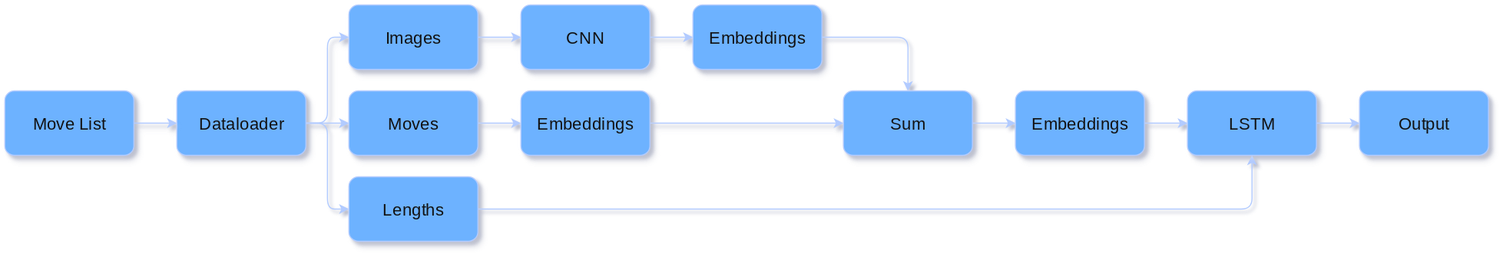
Earlier version of the draw.io export Frontend/static/architecture.svg (honey-buggy/chess-elo-guesser). Source tidied: cells renumbered, new cells last; positions are measured from the earlier drawing's top-left corner, leaving out a move shared by most shapes.
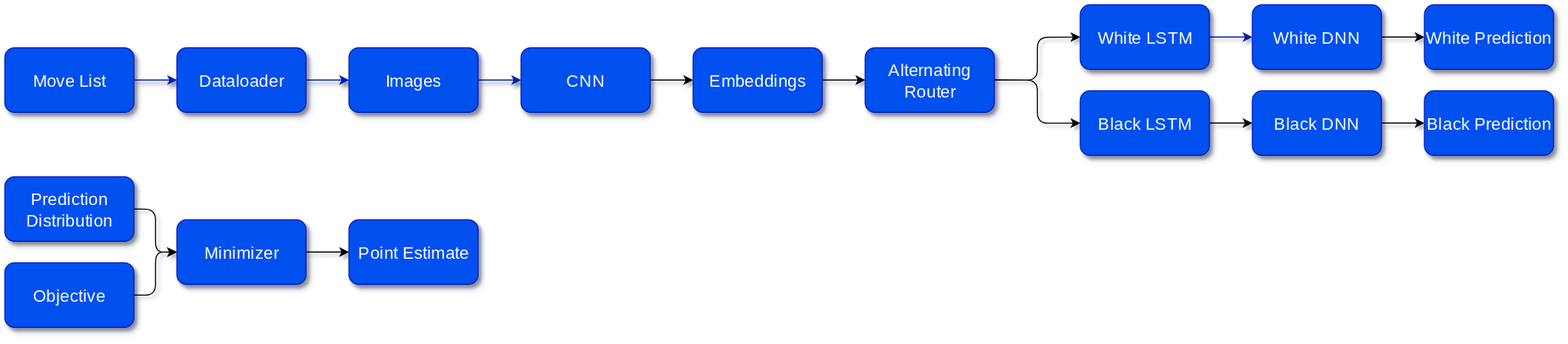
The same file after the commit.

Diff of the diagram source:
```diff
@@ -5,77 +5,92 @@
     <mxCell id="2" style="edgeStyle=orthogonalEdgeStyle;rounded=1;jettySize=auto;html=1;exitX=1;exitY=0.5;exitDx=0;exitDy=0;entryX=0;entryY=0.5;entryDx=0;entryDy=0;shadow=1;fontFamily=a;fontSource=https%3A%2F%2Fcdnjs.cloudflare.com%2Fajax%2Flibs%2Ffont-awesome%2F6.4.0%2Fcss%2Fall.min.css;labelBackgroundColor=none;fontColor=default;fillColor=#0050ef;strokeColor=#001DBC;strokeWidth=1;fontSize=16;" parent="1" edge="1" source="5" target="7">
       <mxGeometry relative="1" as="geometry" />
     </mxCell>
-    <mxCell id="3" style="edgeStyle=orthogonalEdgeStyle;rounded=0;jettySize=auto;html=1;exitX=1;exitY=0.5;exitDx=0;exitDy=0;entryX=0;entryY=0.5;entryDx=0;entryDy=0;fontColor=#1A1A1A;fillColor=#0050ef;strokeColor=#001DBC;strokeWidth=1;fontSize=16;fontFamily=a;fontSource=https%3A%2F%2Fcdnjs.cloudflare.com%2Fajax%2Flibs%2Ffont-awesome%2F6.4.0%2Fcss%2Fall.min.css;" parent="1" edge="1" source="5" target="11">
-      <mxGeometry relative="1" as="geometry" />
-    </mxCell>
-    <mxCell id="4" style="edgeStyle=orthogonalEdgeStyle;rounded=1;jettySize=auto;html=1;exitX=1;exitY=0.5;exitDx=0;exitDy=0;entryX=0;entryY=0.5;entryDx=0;entryDy=0;fontColor=#1A1A1A;curved=0;fillColor=#0050ef;strokeColor=#001DBC;strokeWidth=1;fontSize=16;fontFamily=a;fontSource=https%3A%2F%2Fcdnjs.cloudflare.com%2Fajax%2Flibs%2Ffont-awesome%2F6.4.0%2Fcss%2Fall.min.css;" parent="1" edge="1" source="5" target="13">
-      <mxGeometry relative="1" as="geometry" />
-    </mxCell>
     <mxCell id="5" value="Dataloader" style="rounded=1;whiteSpace=wrap;html=1;shadow=1;fontFamily=a;fontSource=https%3A%2F%2Fcdnjs.cloudflare.com%2Fajax%2Flibs%2Ffont-awesome%2F6.4.0%2Fcss%2Fall.min.css;labelBackgroundColor=none;fillColor=#0050ef;strokeColor=#001DBC;strokeWidth=1;fontSize=16;fontColor=#ffffff;" parent="1" vertex="1">
-      <mxGeometry x="160" y="80" width="120" height="60" as="geometry" />
+      <mxGeometry y="80" width="120" height="60" as="geometry" />
     </mxCell>
     <mxCell id="6" style="edgeStyle=orthogonalEdgeStyle;rounded=1;jettySize=auto;html=1;exitX=1;exitY=0.5;exitDx=0;exitDy=0;entryX=0;entryY=0.5;entryDx=0;entryDy=0;shadow=1;fontFamily=a;fontSource=https%3A%2F%2Fcdnjs.cloudflare.com%2Fajax%2Flibs%2Ffont-awesome%2F6.4.0%2Fcss%2Fall.min.css;labelBackgroundColor=none;fontColor=default;fillColor=#0050ef;strokeColor=#001DBC;strokeWidth=1;fontSize=16;" parent="1" edge="1" source="7" target="21">
       <mxGeometry relative="1" as="geometry" />
     </mxCell>
     <mxCell id="7" value="Images" style="rounded=1;whiteSpace=wrap;html=1;shadow=1;fontFamily=a;fontSource=https%3A%2F%2Fcdnjs.cloudflare.com%2Fajax%2Flibs%2Ffont-awesome%2F6.4.0%2Fcss%2Fall.min.css;labelBackgroundColor=none;fillColor=#0050ef;strokeColor=#001DBC;strokeWidth=1;fontSize=16;fontColor=#ffffff;" parent="1" vertex="1">
-      <mxGeometry x="320" width="120" height="60" as="geometry" />
+      <mxGeometry x="160" y="80" width="120" height="60" as="geometry" />
     </mxCell>
     <mxCell id="8" value="Move List" style="rounded=1;whiteSpace=wrap;html=1;shadow=1;fontFamily=a;fontSource=https%3A%2F%2Fcdnjs.cloudflare.com%2Fajax%2Flibs%2Ffont-awesome%2F6.4.0%2Fcss%2Fall.min.css;labelBackgroundColor=none;fillColor=#0050ef;strokeColor=#001DBC;strokeWidth=1;fontSize=16;fontColor=#ffffff;" parent="1" vertex="1">
-      <mxGeometry y="80" width="120" height="60" as="geometry" />
+      <mxGeometry x="-160" y="80" width="120" height="60" as="geometry" />
     </mxCell>
     <mxCell id="9" style="endArrow=classic;html=1;rounded=1;exitX=1;exitY=0.5;exitDx=0;exitDy=0;entryX=0;entryY=0.5;entryDx=0;entryDy=0;shadow=1;fontFamily=a;fontSource=https%3A%2F%2Fcdnjs.cloudflare.com%2Fajax%2Flibs%2Ffont-awesome%2F6.4.0%2Fcss%2Fall.min.css;labelBackgroundColor=none;fontColor=default;fillColor=#0050ef;strokeColor=#001DBC;strokeWidth=1;fontSize=16;" parent="1" edge="1" source="8" target="5">
       <mxGeometry relative="1" as="geometry" />
     </mxCell>
-    <mxCell id="10" style="edgeStyle=orthogonalEdgeStyle;rounded=1;jettySize=auto;html=1;exitX=1;exitY=0.5;exitDx=0;exitDy=0;entryX=0;entryY=0.5;entryDx=0;entryDy=0;labelBackgroundColor=none;fontColor=default;fillColor=#0050ef;strokeColor=#001DBC;strokeWidth=1;fontSize=16;fontFamily=a;fontSource=https%3A%2F%2Fcdnjs.cloudflare.com%2Fajax%2Flibs%2Ffont-awesome%2F6.4.0%2Fcss%2Fall.min.css;" parent="1" edge="1" source="11" target="15">
-      <mxGeometry relative="1" as="geometry" />
-    </mxCell>
-    <mxCell id="11" value="Moves" style="rounded=1;whiteSpace=wrap;html=1;shadow=1;fontFamily=a;fontSource=https%3A%2F%2Fcdnjs.cloudflare.com%2Fajax%2Flibs%2Ffont-awesome%2F6.4.0%2Fcss%2Fall.min.css;labelBackgroundColor=none;fillColor=#0050ef;strokeColor=#001DBC;strokeWidth=1;fontSize=16;fontColor=#ffffff;" parent="1" vertex="1">
-      <mxGeometry x="320" y="80" width="120" height="60" as="geometry" />
-    </mxCell>
-    <mxCell id="12" style="edgeStyle=orthogonalEdgeStyle;rounded=1;jettySize=auto;html=1;exitX=1;exitY=0.5;exitDx=0;exitDy=0;entryX=0.5;entryY=1;entryDx=0;entryDy=0;labelBackgroundColor=none;fontColor=default;fillColor=#0050ef;strokeColor=#001DBC;strokeWidth=1;fontSize=16;fontFamily=a;fontSource=https%3A%2F%2Fcdnjs.cloudflare.com%2Fajax%2Flibs%2Ffont-awesome%2F6.4.0%2Fcss%2Fall.min.css;" parent="1" edge="1" source="13" target="19">
-      <mxGeometry relative="1" as="geometry" />
-    </mxCell>
-    <mxCell id="13" value="Lengths" style="rounded=1;whiteSpace=wrap;html=1;shadow=1;fontFamily=a;fontSource=https%3A%2F%2Fcdnjs.cloudflare.com%2Fajax%2Flibs%2Ffont-awesome%2F6.4.0%2Fcss%2Fall.min.css;labelBackgroundColor=none;fillColor=#0050ef;strokeColor=#001DBC;strokeWidth=1;fontSize=16;fontColor=#ffffff;" parent="1" vertex="1">
-      <mxGeometry x="320" y="160" width="120" height="60" as="geometry" />
-    </mxCell>
-    <mxCell id="14" style="edgeStyle=orthogonalEdgeStyle;rounded=1;jettySize=auto;html=1;exitX=1;exitY=0.5;exitDx=0;exitDy=0;entryX=0;entryY=0.5;entryDx=0;entryDy=0;shadow=1;fontFamily=a;fontSource=https%3A%2F%2Fcdnjs.cloudflare.com%2Fajax%2Flibs%2Ffont-awesome%2F6.4.0%2Fcss%2Fall.min.css;labelBackgroundColor=none;fontColor=default;fillColor=#0050ef;strokeColor=#001DBC;strokeWidth=1;fontSize=16;" parent="1" edge="1" source="15" target="17">
-      <mxGeometry relative="1" as="geometry" />
-    </mxCell>
-    <mxCell id="15" value="Embeddings" style="rounded=1;whiteSpace=wrap;html=1;shadow=1;fontFamily=a;fontSource=https%3A%2F%2Fcdnjs.cloudflare.com%2Fajax%2Flibs%2Ffont-awesome%2F6.4.0%2Fcss%2Fall.min.css;labelBackgroundColor=none;fillColor=#0050ef;strokeColor=#001DBC;strokeWidth=1;fontSize=16;fontColor=#ffffff;" parent="1" vertex="1">
-      <mxGeometry x="480" y="80" width="120" height="60" as="geometry" />
-    </mxCell>
-    <mxCell id="16" style="edgeStyle=orthogonalEdgeStyle;rounded=1;jettySize=auto;html=1;exitX=1;exitY=0.5;exitDx=0;exitDy=0;entryX=0;entryY=0.5;entryDx=0;entryDy=0;labelBackgroundColor=none;fontColor=default;fillColor=#0050ef;strokeColor=#001DBC;strokeWidth=1;fontSize=16;fontFamily=a;fontSource=https%3A%2F%2Fcdnjs.cloudflare.com%2Fajax%2Flibs%2Ffont-awesome%2F6.4.0%2Fcss%2Fall.min.css;" parent="1" edge="1" source="17" target="25">
-      <mxGeometry relative="1" as="geometry" />
-    </mxCell>
-    <mxCell id="17" value="Sum" style="rounded=1;whiteSpace=wrap;html=1;shadow=1;fontFamily=a;fontSource=https%3A%2F%2Fcdnjs.cloudflare.com%2Fajax%2Flibs%2Ffont-awesome%2F6.4.0%2Fcss%2Fall.min.css;labelBackgroundColor=none;fillColor=#0050ef;strokeColor=#001DBC;strokeWidth=1;fontSize=16;fontColor=#ffffff;" parent="1" vertex="1">
-      <mxGeometry x="780" y="80" width="120" height="60" as="geometry" />
-    </mxCell>
-    <mxCell id="18" style="edgeStyle=orthogonalEdgeStyle;rounded=1;jettySize=auto;html=1;exitX=1;exitY=0.5;exitDx=0;exitDy=0;labelBackgroundColor=none;fontColor=default;fillColor=#0050ef;strokeColor=#001DBC;strokeWidth=1;fontSize=16;fontFamily=a;fontSource=https%3A%2F%2Fcdnjs.cloudflare.com%2Fajax%2Flibs%2Ffont-awesome%2F6.4.0%2Fcss%2Fall.min.css;" parent="1" edge="1" source="19" target="26">
+    <mxCell id="18" style="edgeStyle=orthogonalEdgeStyle;rounded=1;jettySize=auto;html=1;exitX=1;exitY=0.5;exitDx=0;exitDy=0;labelBackgroundColor=none;fontColor=default;fillColor=#0050ef;strokeColor=#001DBC;strokeWidth=1;fontSize=16;fontFamily=a;fontSource=https%3A%2F%2Fcdnjs.cloudflare.com%2Fajax%2Flibs%2Ffont-awesome%2F6.4.0%2Fcss%2Fall.min.css;entryX=0;entryY=0.5;entryDx=0;entryDy=0;" parent="1" edge="1" source="19" target="33">
       <mxGeometry relative="1" as="geometry" />
     </mxCell>
-    <mxCell id="19" value="LSTM" style="rounded=1;whiteSpace=wrap;html=1;shadow=1;fontFamily=a;fontSource=https%3A%2F%2Fcdnjs.cloudflare.com%2Fajax%2Flibs%2Ffont-awesome%2F6.4.0%2Fcss%2Fall.min.css;labelBackgroundColor=none;fillColor=#0050ef;strokeColor=#001DBC;strokeWidth=1;fontSize=16;fontColor=#ffffff;" parent="1" vertex="1">
-      <mxGeometry x="1100" y="80" width="120" height="60" as="geometry" />
+    <mxCell id="19" value="White LSTM" style="rounded=1;whiteSpace=wrap;html=1;shadow=1;fontFamily=a;fontSource=https%3A%2F%2Fcdnjs.cloudflare.com%2Fajax%2Flibs%2Ffont-awesome%2F6.4.0%2Fcss%2Fall.min.css;labelBackgroundColor=none;fillColor=#0050ef;strokeColor=#001DBC;strokeWidth=1;fontSize=16;fontColor=#ffffff;" parent="1" vertex="1">
+      <mxGeometry x="840" y="40" width="120" height="60" as="geometry" />
     </mxCell>
-    <mxCell id="20" style="edgeStyle=orthogonalEdgeStyle;rounded=1;jettySize=auto;html=1;exitX=1;exitY=0.5;exitDx=0;exitDy=0;entryX=0;entryY=0.5;entryDx=0;entryDy=0;shadow=1;fontFamily=a;fontSource=https%3A%2F%2Fcdnjs.cloudflare.com%2Fajax%2Flibs%2Ffont-awesome%2F6.4.0%2Fcss%2Fall.min.css;labelBackgroundColor=none;fontColor=default;fillColor=#0050ef;strokeColor=#001DBC;strokeWidth=1;fontSize=16;" parent="1" edge="1" source="21" target="23">
-      <mxGeometry relative="1" as="geometry" />
-    </mxCell>
+    <mxCell id="27" style="edgeStyle=orthogonalEdgeStyle;rounded=0;jettySize=auto;html=1;exitX=1;exitY=0.5;exitDx=0;exitDy=0;entryX=0;entryY=0.5;entryDx=0;entryDy=0;" parent="1" edge="1" source="21" target="15">
+      <mxGeometry relative="1" as="geometry" />
+    </mxCell>
     <mxCell id="21" value="CNN" style="rounded=1;whiteSpace=wrap;html=1;shadow=1;fontFamily=a;fontSource=https%3A%2F%2Fcdnjs.cloudflare.com%2Fajax%2Flibs%2Ffont-awesome%2F6.4.0%2Fcss%2Fall.min.css;labelBackgroundColor=none;fillColor=#0050ef;strokeColor=#001DBC;strokeWidth=1;fontSize=16;fontColor=#ffffff;" parent="1" vertex="1">
-      <mxGeometry x="480" width="120" height="60" as="geometry" />
+      <mxGeometry x="320" y="80" width="120" height="60" as="geometry" />
     </mxCell>
-    <mxCell id="22" style="edgeStyle=orthogonalEdgeStyle;rounded=1;jettySize=auto;html=1;exitX=1;exitY=0.5;exitDx=0;exitDy=0;entryX=0.5;entryY=0;entryDx=0;entryDy=0;strokeColor=#001DBC;fontColor=#1A1A1A;curved=0;fillColor=#0050ef;" parent="1" edge="1" source="23" target="17">
-      <mxGeometry relative="1" as="geometry" />
-    </mxCell>
+    <mxCell id="28" style="edgeStyle=orthogonalEdgeStyle;rounded=1;jettySize=auto;html=1;exitX=1;exitY=0.5;exitDx=0;exitDy=0;entryX=0;entryY=0.5;entryDx=0;entryDy=0;curved=0;" parent="1" edge="1" source="23" target="31">
+      <mxGeometry relative="1" as="geometry" />
+    </mxCell>
+    <mxCell id="29" style="edgeStyle=orthogonalEdgeStyle;rounded=1;jettySize=auto;html=1;exitX=1;exitY=0.5;exitDx=0;exitDy=0;entryX=0;entryY=0.5;entryDx=0;entryDy=0;curved=0;" parent="1" edge="1" source="23" target="19">
+      <mxGeometry relative="1" as="geometry" />
+    </mxCell>
-    <mxCell id="23" value="Embeddings" style="rounded=1;whiteSpace=wrap;html=1;shadow=1;fontFamily=a;fontSource=https%3A%2F%2Fcdnjs.cloudflare.com%2Fajax%2Flibs%2Ffont-awesome%2F6.4.0%2Fcss%2Fall.min.css;labelBackgroundColor=none;fillColor=#0050ef;strokeColor=#001DBC;strokeWidth=1;fontSize=16;fontColor=#ffffff;" parent="1" vertex="1">
-      <mxGeometry x="640" width="120" height="60" as="geometry" />
+    <mxCell id="23" value="Alternating Router" style="rounded=1;whiteSpace=wrap;html=1;shadow=1;fontFamily=a;fontSource=https%3A%2F%2Fcdnjs.cloudflare.com%2Fajax%2Flibs%2Ffont-awesome%2F6.4.0%2Fcss%2Fall.min.css;labelBackgroundColor=none;fillColor=#0050ef;strokeColor=#001DBC;strokeWidth=1;fontSize=16;fontColor=#ffffff;" parent="1" vertex="1">
+      <mxGeometry x="640" y="80" width="120" height="60" as="geometry" />
     </mxCell>
-    <mxCell id="24" style="edgeStyle=orthogonalEdgeStyle;rounded=1;jettySize=auto;html=1;exitX=1;exitY=0.5;exitDx=0;exitDy=0;entryX=0;entryY=0.5;entryDx=0;entryDy=0;labelBackgroundColor=none;fontColor=default;fillColor=#0050ef;strokeColor=#001DBC;strokeWidth=1;fontSize=16;fontFamily=a;fontSource=https%3A%2F%2Fcdnjs.cloudflare.com%2Fajax%2Flibs%2Ffont-awesome%2F6.4.0%2Fcss%2Fall.min.css;" parent="1" edge="1" source="25" target="19">
-      <mxGeometry relative="1" as="geometry" />
-    </mxCell>
-    <mxCell id="25" value="Embeddings" style="rounded=1;whiteSpace=wrap;html=1;shadow=1;fontFamily=a;fontSource=https%3A%2F%2Fcdnjs.cloudflare.com%2Fajax%2Flibs%2Ffont-awesome%2F6.4.0%2Fcss%2Fall.min.css;labelBackgroundColor=none;fillColor=#0050ef;strokeColor=#001DBC;strokeWidth=1;fontSize=16;fontColor=#ffffff;" parent="1" vertex="1">
-      <mxGeometry x="940" y="80" width="120" height="60" as="geometry" />
-    </mxCell>
-    <mxCell id="26" value="Output" style="rounded=1;whiteSpace=wrap;html=1;shadow=1;fontFamily=a;fontSource=https%3A%2F%2Fcdnjs.cloudflare.com%2Fajax%2Flibs%2Ffont-awesome%2F6.4.0%2Fcss%2Fall.min.css;labelBackgroundColor=none;fillColor=#0050ef;strokeColor=#001DBC;strokeWidth=1;fontSize=16;fontColor=#ffffff;" parent="1" vertex="1">
-      <mxGeometry x="1260" y="80" width="120" height="60" as="geometry" />
-    </mxCell>
+    <mxCell id="30" style="edgeStyle=orthogonalEdgeStyle;rounded=0;jettySize=auto;html=1;exitX=1;exitY=0.5;exitDx=0;exitDy=0;entryX=0;entryY=0.5;entryDx=0;entryDy=0;" parent="1" edge="1" source="31" target="35">
+      <mxGeometry relative="1" as="geometry" />
+    </mxCell>
+    <mxCell id="31" value="Black LSTM" style="rounded=1;whiteSpace=wrap;html=1;shadow=1;fontFamily=a;fontSource=https%3A%2F%2Fcdnjs.cloudflare.com%2Fajax%2Flibs%2Ffont-awesome%2F6.4.0%2Fcss%2Fall.min.css;labelBackgroundColor=none;fillColor=#0050ef;strokeColor=#001DBC;strokeWidth=1;fontSize=16;fontColor=#ffffff;" parent="1" vertex="1">
+      <mxGeometry x="840" y="120" width="120" height="60" as="geometry" />
+    </mxCell>
+    <mxCell id="32" style="edgeStyle=orthogonalEdgeStyle;rounded=0;jettySize=auto;html=1;exitX=1;exitY=0.5;exitDx=0;exitDy=0;entryX=0;entryY=0.5;entryDx=0;entryDy=0;" parent="1" edge="1" source="33" target="36">
+      <mxGeometry relative="1" as="geometry" />
+    </mxCell>
+    <mxCell id="33" value="White DNN" style="rounded=1;whiteSpace=wrap;html=1;shadow=1;fontFamily=a;fontSource=https%3A%2F%2Fcdnjs.cloudflare.com%2Fajax%2Flibs%2Ffont-awesome%2F6.4.0%2Fcss%2Fall.min.css;labelBackgroundColor=none;fillColor=#0050ef;strokeColor=#001DBC;strokeWidth=1;fontSize=16;fontColor=#ffffff;" parent="1" vertex="1">
+      <mxGeometry x="1000" y="40" width="120" height="60" as="geometry" />
+    </mxCell>
+    <mxCell id="34" style="edgeStyle=orthogonalEdgeStyle;rounded=0;jettySize=auto;html=1;exitX=1;exitY=0.5;exitDx=0;exitDy=0;entryX=0;entryY=0.5;entryDx=0;entryDy=0;" parent="1" edge="1" source="35" target="37">
+      <mxGeometry relative="1" as="geometry" />
+    </mxCell>
+    <mxCell id="35" value="Black DNN" style="rounded=1;whiteSpace=wrap;html=1;shadow=1;fontFamily=a;fontSource=https%3A%2F%2Fcdnjs.cloudflare.com%2Fajax%2Flibs%2Ffont-awesome%2F6.4.0%2Fcss%2Fall.min.css;labelBackgroundColor=none;fillColor=#0050ef;strokeColor=#001DBC;strokeWidth=1;fontSize=16;fontColor=#ffffff;" parent="1" vertex="1">
+      <mxGeometry x="1000" y="120" width="120" height="60" as="geometry" />
+    </mxCell>
+    <mxCell id="36" value="White Prediction" style="rounded=1;whiteSpace=wrap;html=1;shadow=1;fontFamily=a;fontSource=https%3A%2F%2Fcdnjs.cloudflare.com%2Fajax%2Flibs%2Ffont-awesome%2F6.4.0%2Fcss%2Fall.min.css;labelBackgroundColor=none;fillColor=#0050ef;strokeColor=#001DBC;strokeWidth=1;fontSize=16;fontColor=#ffffff;" parent="1" vertex="1">
+      <mxGeometry x="1160" y="40" width="120" height="60" as="geometry" />
+    </mxCell>
+    <mxCell id="37" value="Black Prediction" style="rounded=1;whiteSpace=wrap;html=1;shadow=1;fontFamily=a;fontSource=https%3A%2F%2Fcdnjs.cloudflare.com%2Fajax%2Flibs%2Ffont-awesome%2F6.4.0%2Fcss%2Fall.min.css;labelBackgroundColor=none;fillColor=#0050ef;strokeColor=#001DBC;strokeWidth=1;fontSize=16;fontColor=#ffffff;" parent="1" vertex="1">
+      <mxGeometry x="1160" y="120" width="120" height="60" as="geometry" />
+    </mxCell>
+    <mxCell id="38" style="edgeStyle=orthogonalEdgeStyle;rounded=0;jettySize=auto;html=1;exitX=1;exitY=0.5;exitDx=0;exitDy=0;entryX=0;entryY=0.5;entryDx=0;entryDy=0;" parent="1" edge="1" source="15" target="23">
+      <mxGeometry relative="1" as="geometry" />
+    </mxCell>
+    <mxCell id="15" value="Embeddings" style="rounded=1;whiteSpace=wrap;html=1;shadow=1;fontFamily=a;fontSource=https%3A%2F%2Fcdnjs.cloudflare.com%2Fajax%2Flibs%2Ffont-awesome%2F6.4.0%2Fcss%2Fall.min.css;labelBackgroundColor=none;fillColor=#0050ef;strokeColor=#001DBC;strokeWidth=1;fontSize=16;fontColor=#ffffff;" parent="1" vertex="1">
+      <mxGeometry x="480" y="80" width="120" height="60" as="geometry" />
+    </mxCell>
+    <mxCell id="39" style="edgeStyle=orthogonalEdgeStyle;rounded=1;jettySize=auto;html=1;exitX=1;exitY=0.5;exitDx=0;exitDy=0;entryX=0;entryY=0.5;entryDx=0;entryDy=0;curved=0;" parent="1" edge="1" source="40" target="44">
+      <mxGeometry relative="1" as="geometry" />
+    </mxCell>
+    <mxCell id="40" value="Prediction Distribution" style="rounded=1;whiteSpace=wrap;html=1;shadow=1;fontFamily=a;fontSource=https%3A%2F%2Fcdnjs.cloudflare.com%2Fajax%2Flibs%2Ffont-awesome%2F6.4.0%2Fcss%2Fall.min.css;labelBackgroundColor=none;fillColor=#0050ef;strokeColor=#001DBC;strokeWidth=1;fontSize=16;fontColor=#ffffff;" parent="1" vertex="1">
+      <mxGeometry x="-160" y="200" width="120" height="60" as="geometry" />
+    </mxCell>
+    <mxCell id="41" style="edgeStyle=orthogonalEdgeStyle;rounded=1;jettySize=auto;html=1;exitX=1;exitY=0.5;exitDx=0;exitDy=0;entryX=0;entryY=0.5;entryDx=0;entryDy=0;curved=0;" parent="1" edge="1" source="42" target="44">
+      <mxGeometry relative="1" as="geometry" />
+    </mxCell>
+    <mxCell id="42" value="Objective" style="rounded=1;whiteSpace=wrap;html=1;shadow=1;fontFamily=a;fontSource=https%3A%2F%2Fcdnjs.cloudflare.com%2Fajax%2Flibs%2Ffont-awesome%2F6.4.0%2Fcss%2Fall.min.css;labelBackgroundColor=none;fillColor=#0050ef;strokeColor=#001DBC;strokeWidth=1;fontSize=16;fontColor=#ffffff;" parent="1" vertex="1">
+      <mxGeometry x="-160" y="280" width="120" height="60" as="geometry" />
+    </mxCell>
+    <mxCell id="43" style="edgeStyle=orthogonalEdgeStyle;rounded=0;jettySize=auto;html=1;exitX=1;exitY=0.5;exitDx=0;exitDy=0;entryX=0;entryY=0.5;entryDx=0;entryDy=0;" parent="1" edge="1" source="44" target="45">
+      <mxGeometry relative="1" as="geometry" />
+    </mxCell>
+    <mxCell id="44" value="Minimizer" style="rounded=1;whiteSpace=wrap;html=1;shadow=1;fontFamily=a;fontSource=https%3A%2F%2Fcdnjs.cloudflare.com%2Fajax%2Flibs%2Ffont-awesome%2F6.4.0%2Fcss%2Fall.min.css;labelBackgroundColor=none;fillColor=#0050ef;strokeColor=#001DBC;strokeWidth=1;fontSize=16;fontColor=#ffffff;" parent="1" vertex="1">
+      <mxGeometry y="240" width="120" height="60" as="geometry" />
+    </mxCell>
+    <mxCell id="45" value="Point Estimate" style="rounded=1;whiteSpace=wrap;html=1;shadow=1;fontFamily=a;fontSource=https%3A%2F%2Fcdnjs.cloudflare.com%2Fajax%2Flibs%2Ffont-awesome%2F6.4.0%2Fcss%2Fall.min.css;labelBackgroundColor=none;fillColor=#0050ef;strokeColor=#001DBC;strokeWidth=1;fontSize=16;fontColor=#ffffff;" parent="1" vertex="1">
+      <mxGeometry x="160" y="240" width="120" height="60" as="geometry" />
+    </mxCell>
   </root>
 </mxGraphModel>
```
